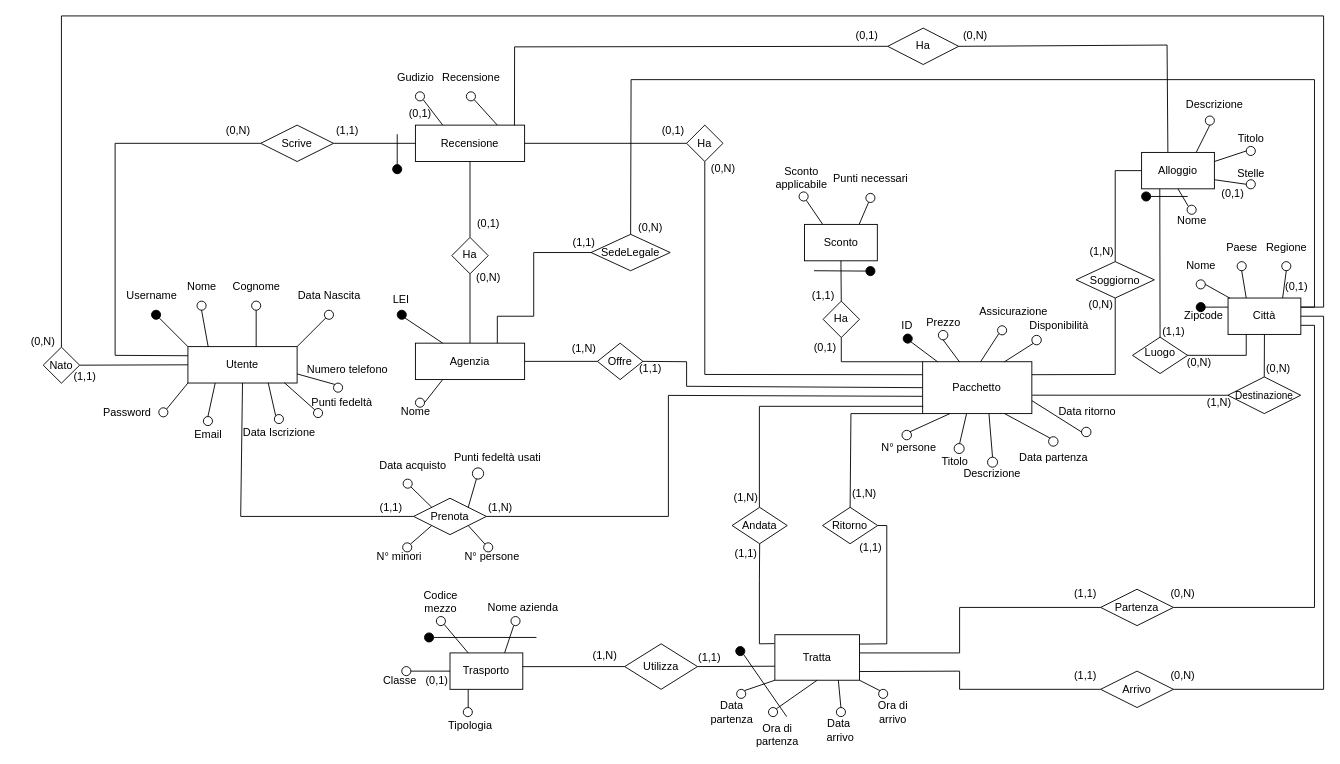
bustre/Easy-travel keeps this draw.io diagram as page "ER - Logico" (2 of 2) of ER/ER.drawio. Above is the earlier version. Source tidied: cells renumbered, new cells numbered last; positions are measured from the earlier drawing's top-left corner, leaving out a move shared by most shapes. Both pictures are drawn from the tidied source at 91%, with x=0, y=0 at pixel (15, 15).
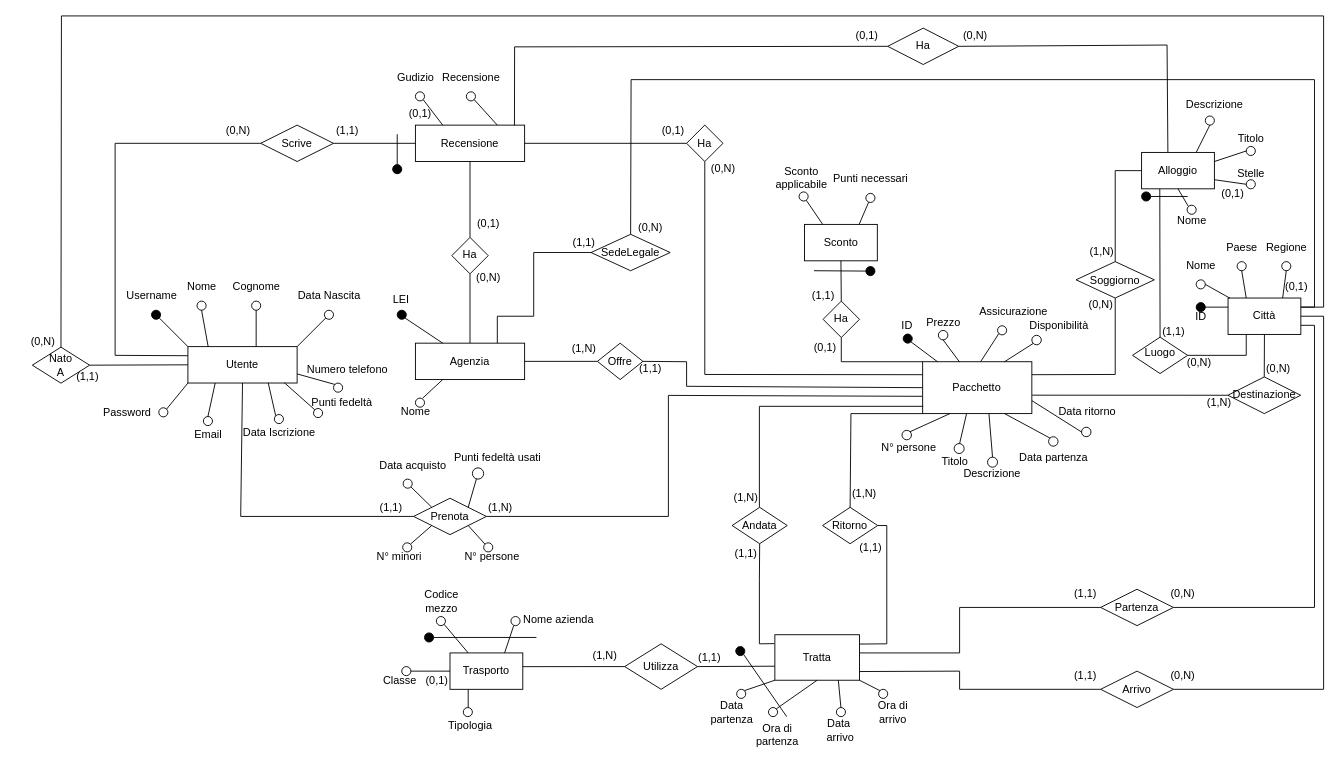
The same page after the edit.

Unchanged cells that the change refers to:
```xml
<mxCell id="25" value="Città" style="rounded=0;whiteSpace=wrap;html=1;" parent="1" vertex="1">
  <mxGeometry x="1332" y="310" width="80" height="40" as="geometry" />
</mxCell>
<mxCell id="29" style="ellipse;whiteSpace=wrap;html=1;" parent="1" vertex="1">
  <mxGeometry x="1297" y="290" width="10" height="10" as="geometry" />
</mxCell>
<mxCell id="88" value="Agenzia" style="rounded=0;whiteSpace=wrap;html=1;" parent="1" vertex="1">
  <mxGeometry x="439" y="359.6" width="120" height="40" as="geometry" />
</mxCell>
<mxCell id="142" style="ellipse;whiteSpace=wrap;html=1;" parent="1" vertex="1">
  <mxGeometry x="439" y="420" width="10" height="10" as="geometry" />
</mxCell>
```

Change to the diagram source:
```diff
@@
     <mxCell id="2" value="Codice mezzo" style="text;html=1;strokeColor=none;fillColor=none;align=center;verticalAlign=middle;whiteSpace=wrap;rounded=0;" parent="1" vertex="1">
-      <mxGeometry x="437" y="629" width="60" height="30" as="geometry" />
+      <mxGeometry x="438" y="628" width="60" height="30" as="geometry" />
     </mxCell>
@@
-    <mxCell id="23" value="&lt;div style=&quot;line-height: 0%; font-size: 11px;&quot; align=&quot;center&quot;&gt;Destinazione&lt;/div&gt;&lt;div style=&quot;font-size: 11px;&quot; align=&quot;center&quot;&gt;&lt;br style=&quot;font-size: 11px;&quot;&gt;&lt;/div&gt;" style="rhombus;whiteSpace=wrap;html=1;align=center;spacingTop=13;fontSize=11;" parent="1" vertex="1">
+    <mxCell id="23" value="Destinazione&#10;" style="rhombus;whiteSpace=wrap;html=1;align=center;spacingTop=13;" parent="1" vertex="1">
       <mxGeometry x="1331.8" y="396.7" width="80" height="40.3" as="geometry" />
     </mxCell>
@@
-    <mxCell id="31" style="endArrow=none;html=1;rounded=0;exitX=0.027;exitY=0.006;exitDx=0;exitDy=0;exitPerimeter=0;entryX=1;entryY=0.5;entryDx=0;entryDy=0;" parent="1" edge="1" source="25" target="29">
-      <mxGeometry relative="1" as="geometry" />
+    <mxCell id="31" style="endArrow=none;html=1;rounded=0;exitX=0.027;exitY=0.006;exitDx=0;exitDy=0;exitPerimeter=0;" parent="1" edge="1" source="25">
+      <mxGeometry relative="1" as="geometry">
+        <mxPoint x="1307" y="295" as="targetPoint" />
+      </mxGeometry>
     </mxCell>
@@
-    <mxCell id="144" style="endArrow=none;html=1;rounded=0;exitX=0.25;exitY=1;exitDx=0;exitDy=0;entryX=1;entryY=0.5;entryDx=0;entryDy=0;" parent="1" edge="1" source="88" target="142">
-      <mxGeometry relative="1" as="geometry" />
+    <mxCell id="144" style="endArrow=none;html=1;rounded=0;exitX=0.25;exitY=1;exitDx=0;exitDy=0;" parent="1" edge="1" source="88">
+      <mxGeometry relative="1" as="geometry">
+        <mxPoint x="447" y="420" as="targetPoint" />
+      </mxGeometry>
     </mxCell>
-    <mxCell id="145" value="Nato" style="rhombus;whiteSpace=wrap;html=1;" parent="1" vertex="1">
-      <mxGeometry x="30" y="364" width="40" height="39.6" as="geometry" />
+    <mxCell id="145" value="Nato&lt;br&gt;A" style="rhombus;whiteSpace=wrap;html=1;" parent="1" vertex="1">
+      <mxGeometry x="18" y="364" width="63" height="39.6" as="geometry" />
     </mxCell>
@@
     <mxCell id="165" value="(1,1)" style="text;html=1;strokeColor=none;fillColor=none;align=center;verticalAlign=middle;whiteSpace=wrap;rounded=0;" parent="1" vertex="1">
-      <mxGeometry x="46" y="382.4" width="60" height="30" as="geometry" />
+      <mxGeometry x="49" y="382.4" width="60" height="30" as="geometry" />
     </mxCell>
@@
     <mxCell id="200" value="Nome azienda" style="text;html=1;align=center;verticalAlign=middle;strokeColor=none;fillColor=none;" parent="1" vertex="1">
-      <mxGeometry x="507" y="635" width="100" height="30" as="geometry" />
+      <mxGeometry x="546" y="649" width="100" height="30" as="geometry" />
     </mxCell>
@@
-    <mxCell id="246" value="Zipcode" style="text;html=1;align=center;verticalAlign=middle;strokeColor=none;fillColor=none;" parent="1" vertex="1">
-      <mxGeometry x="1270" y="315" width="70" height="30" as="geometry" />
+    <mxCell id="246" value="ID" style="text;html=1;align=center;verticalAlign=middle;strokeColor=none;fillColor=none;" parent="1" vertex="1">
+      <mxGeometry x="1282" y="316" width="40" height="30" as="geometry" />
     </mxCell>
```
